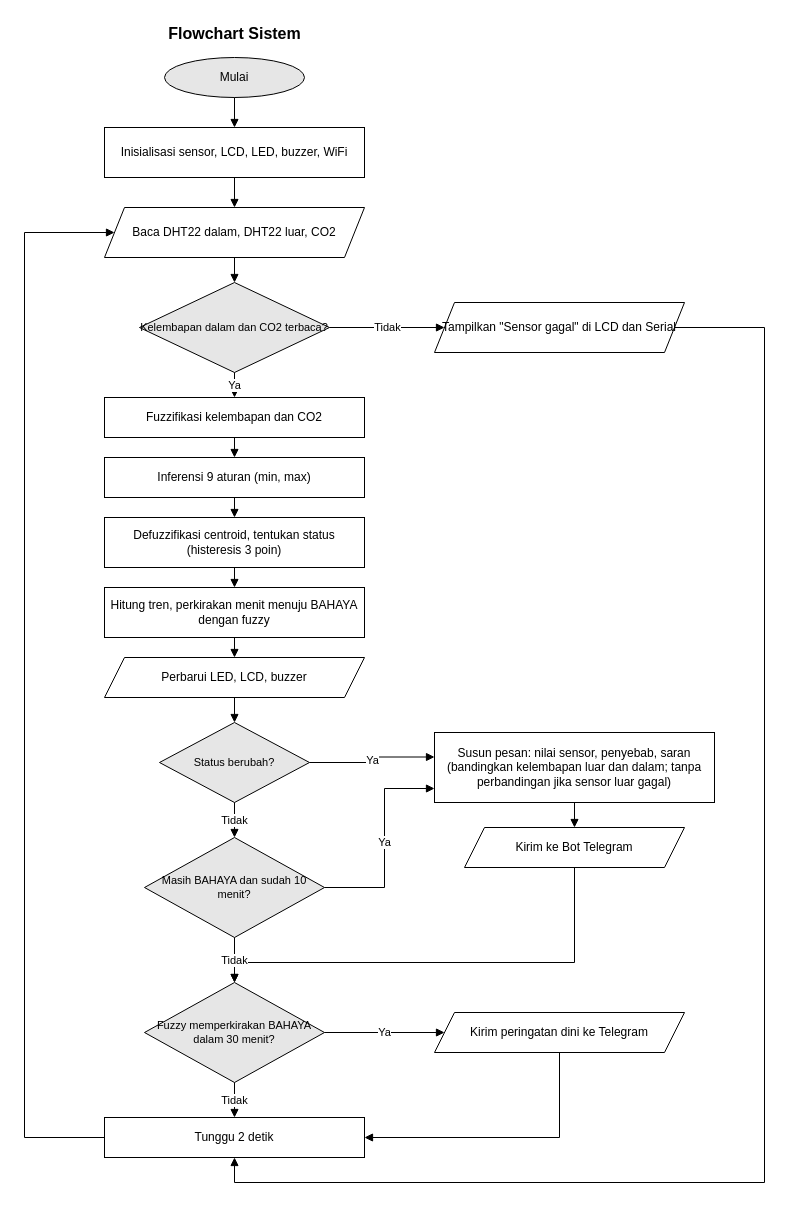
ZackyMaulana912/labguard-fuzzy-iot keeps this draw.io diagram as page "Flowchart" (2 of 2) of drawio/rancangan_sistem.drawio. Above is the earlier version. Source tidied: cells renumbered, new cells numbered last; positions are measured from the earlier drawing's top-left corner, leaving out a move shared by most shapes. Both pictures are drawn from the tidied source at 100%, with x=0, y=0 at pixel (24, 17).
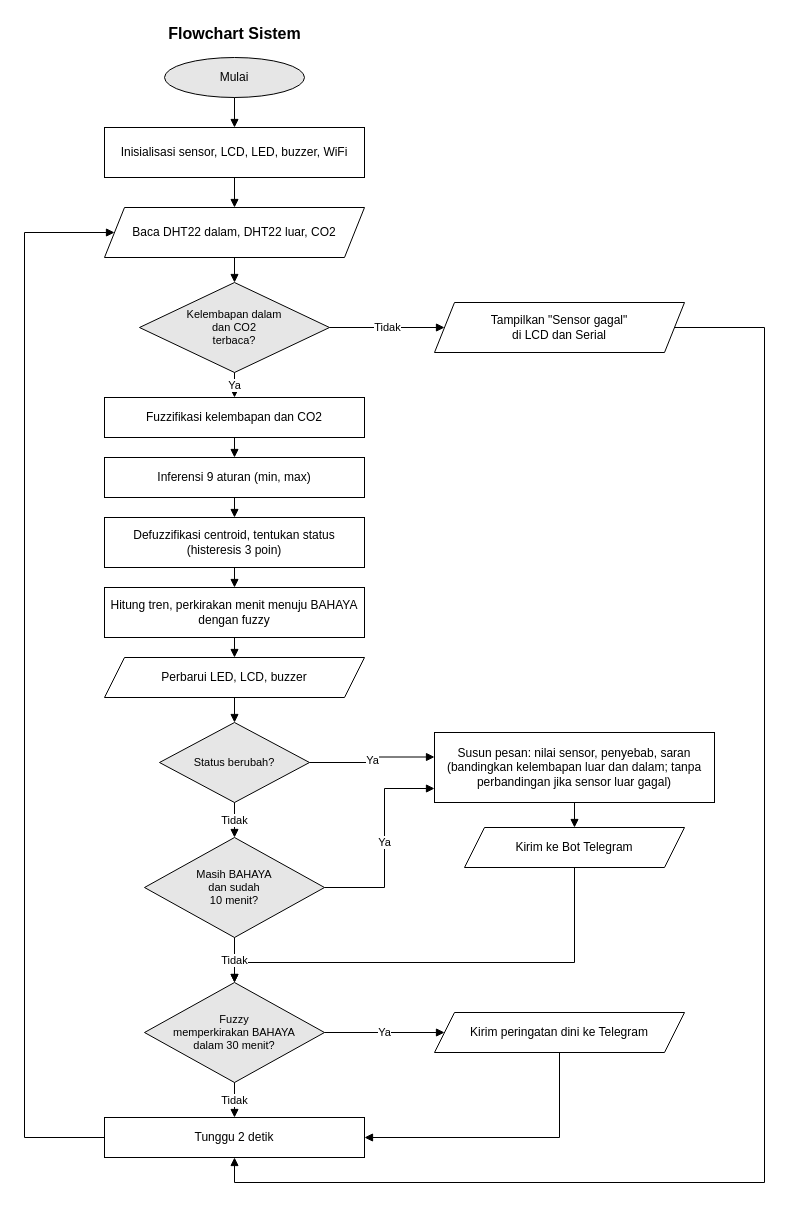
The same page after the edit.

Commit message (it also covers changes not shown here):
Teks flowchart tidak lagi keluar dari kotak, dan gambar diagram blok ditambahkan

The edit, as a diff of the source:
```diff
@@
-    <mxCell id="6" value="Kelembapan dalam dan CO2 terbaca?" style="rhombus;whiteSpace=wrap;html=1;fillColor=#E6E6E6;strokeColor=#000000;fontColor=#000000;fontSize=11;" parent="1" vertex="1">
+    <mxCell id="6" value="Kelembapan dalam&lt;br&gt;dan CO2&lt;br&gt;terbaca?" style="rhombus;whiteSpace=wrap;html=1;fillColor=#E6E6E6;strokeColor=#000000;fontColor=#000000;fontSize=11;" parent="1" vertex="1">
       <mxGeometry x="115" y="265" width="190" height="90" as="geometry" />
     </mxCell>
@@
-    <mxCell id="15" value="Fuzzy memperkirakan BAHAYA dalam 30 menit?" style="rhombus;whiteSpace=wrap;html=1;fillColor=#E6E6E6;strokeColor=#000000;fontColor=#000000;fontSize=11;" parent="1" vertex="1">
+    <mxCell id="15" value="Fuzzy&lt;br&gt;memperkirakan BAHAYA&lt;br&gt;dalam 30 menit?" style="rhombus;whiteSpace=wrap;html=1;fillColor=#E6E6E6;strokeColor=#000000;fontColor=#000000;fontSize=11;" parent="1" vertex="1">
       <mxGeometry x="120" y="965" width="180" height="100" as="geometry" />
     </mxCell>
@@
-    <mxCell id="36" value="Tampilkan &quot;Sensor gagal&quot; di LCD dan Serial" style="shape=parallelogram;perimeter=parallelogramPerimeter;whiteSpace=wrap;html=1;fixedSize=1;fillColor=#FFFFFF;strokeColor=#000000;fontColor=#000000;fontSize=12;" parent="1" vertex="1">
+    <mxCell id="36" value="Tampilkan &quot;Sensor gagal&quot;&lt;br&gt;di LCD dan Serial" style="shape=parallelogram;perimeter=parallelogramPerimeter;whiteSpace=wrap;html=1;fixedSize=1;fillColor=#FFFFFF;strokeColor=#000000;fontColor=#000000;fontSize=12;" parent="1" vertex="1">
       <mxGeometry x="410" y="285" width="250" height="50" as="geometry" />
     </mxCell>
@@
-    <mxCell id="38" value="Masih BAHAYA dan sudah 10 menit?" style="rhombus;whiteSpace=wrap;html=1;fillColor=#E6E6E6;strokeColor=#000000;fontColor=#000000;fontSize=11;" parent="1" vertex="1">
+    <mxCell id="38" value="Masih BAHAYA&lt;br&gt;dan sudah&lt;br&gt;10 menit?" style="rhombus;whiteSpace=wrap;html=1;fillColor=#E6E6E6;strokeColor=#000000;fontColor=#000000;fontSize=11;" parent="1" vertex="1">
       <mxGeometry x="120" y="820" width="180" height="100" as="geometry" />
     </mxCell>
```
